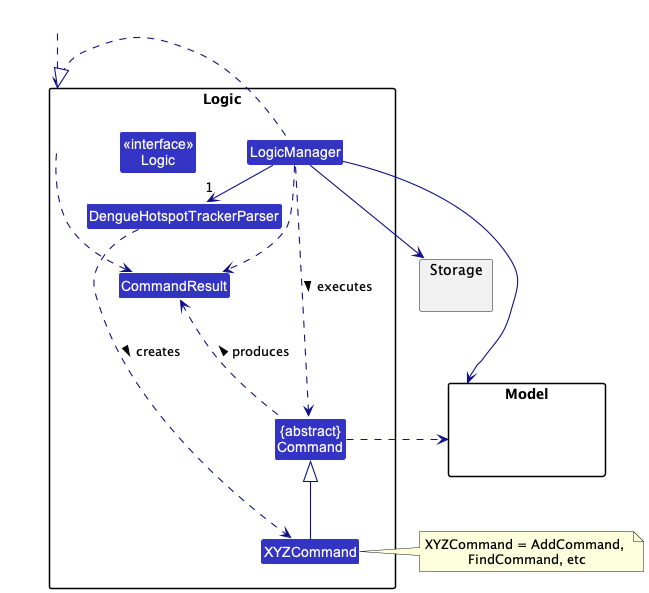
Before: docs/images/LogicClassDiagram.png, a diagram exported from PlantUML (nus-cs2103-AY2223S2/tp).
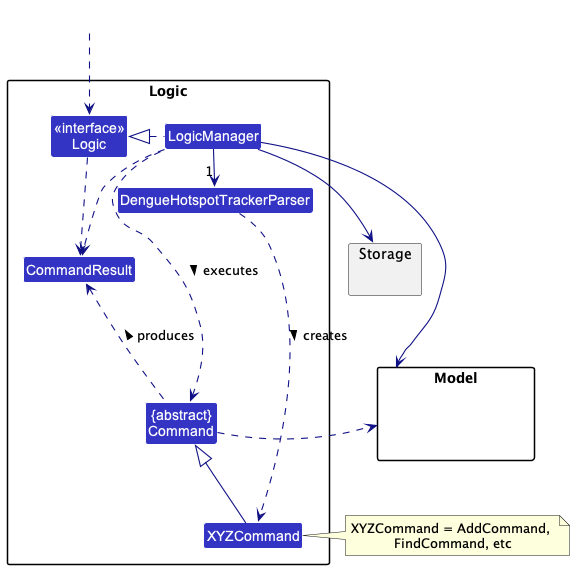
Later version of the same file.

Commit message:
Fix class diagrams

Diff of the diagram source:
```diff
@@ -12,7 +12,7 @@
 Class "{abstract}\nCommand" as Command
 
 
-Class "<<interface>>\nLogic" as Logic
+Class "<<interface>>\nLogic" as LogicInterface
 Class LogicManager
 }
 
@@ -24,9 +24,9 @@
 }
 
 Class HiddenOutside #FFFFFF
-HiddenOutside ..> Logic
+HiddenOutside ..> LogicInterface
 
-LogicManager .left.|> Logic
+LogicManager .left.|> LogicInterface
 LogicManager -right->"1" DengueHotspotTrackerParser
 DengueHotspotTrackerParser ..> XYZCommand : creates >
 
@@ -40,7 +40,7 @@
 Command .right.> Model
 note right of XYZCommand: XYZCommand = AddCommand, \nFindCommand, etc
 
-Logic ..> CommandResult
+LogicInterface ..> CommandResult
 LogicManager .down.> CommandResult
 Command .up.> CommandResult : produces >
 @enduml
```
